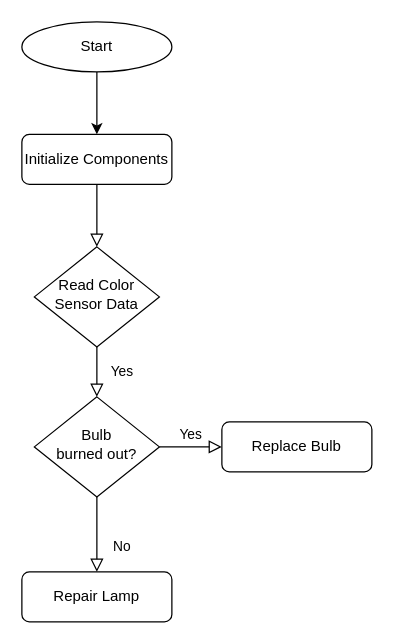
This is Untitled Diagram.drawio from oggyne259/hehe, a draw.io file, before an edit. Source tidied: cells renumbered, new cells numbered last; positions are measured from the earlier drawing's top-left corner, leaving out a move shared by most shapes. Both pictures are drawn from the tidied source at 125%, with x=0, y=0 at pixel (21, 21).
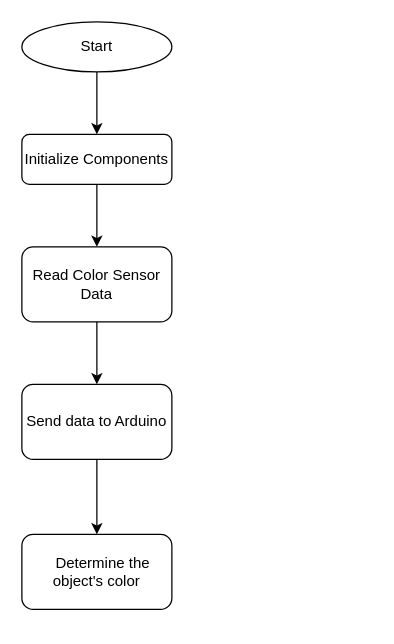
The same page after the edit.

Diff of the diagram source:
```diff
@@
 <mxGraphModel>
   <root>
     <mxCell id="0" />
     <mxCell id="1" parent="0" />
-    <mxCell id="2" style="rounded=0;html=1;jettySize=auto;fontSize=11;endArrow=block;endFill=0;endSize=8;strokeWidth=1;shadow=0;labelBackgroundColor=none;edgeStyle=orthogonalEdgeStyle;" parent="1" edge="1" source="3" target="5">
+    <mxCell id="2" style="edgeStyle=orthogonalEdgeStyle;rounded=0;jettySize=auto;html=1;" parent="1" edge="1" source="3" target="5">
       <mxGeometry relative="1" as="geometry" />
     </mxCell>
     <mxCell id="3" value="Initialize Components" style="rounded=1;whiteSpace=wrap;html=1;fontSize=12;glass=0;strokeWidth=1;shadow=0;" parent="1" vertex="1">
       <mxGeometry y="90" width="120" height="40" as="geometry" />
     </mxCell>
-    <mxCell id="4" value="Yes" style="rounded=0;html=1;jettySize=auto;fontSize=11;endArrow=block;endFill=0;endSize=8;strokeWidth=1;shadow=0;labelBackgroundColor=none;edgeStyle=orthogonalEdgeStyle;" parent="1" edge="1" source="5" target="8">
-      <mxGeometry y="20" relative="1" as="geometry" />
-    </mxCell>
-    <mxCell id="5" value="&lt;p data-pm-slice=&quot;1 1 [&amp;quot;ordered_list&amp;quot;,{&amp;quot;spread&amp;quot;:false,&amp;quot;startingNumber&amp;quot;:1,&amp;quot;start&amp;quot;:54,&amp;quot;end&amp;quot;:913},&amp;quot;regular_list_item&amp;quot;,{&amp;quot;start&amp;quot;:173,&amp;quot;end&amp;quot;:249}]&quot;&gt;Read Color Sensor Data&lt;/p&gt;" style="rhombus;whiteSpace=wrap;html=1;shadow=0;fontFamily=Helvetica;fontSize=12;align=center;strokeWidth=1;spacing=6;spacingTop=-4;" parent="1" vertex="1">
-      <mxGeometry x="10" y="180" width="100" height="80" as="geometry" />
-    </mxCell>
-    <mxCell id="6" value="No" style="rounded=0;html=1;jettySize=auto;fontSize=11;endArrow=block;endFill=0;endSize=8;strokeWidth=1;shadow=0;labelBackgroundColor=none;edgeStyle=orthogonalEdgeStyle;" parent="1" edge="1" source="8" target="9">
-      <mxGeometry x="0.33" y="20" relative="1" as="geometry" />
-    </mxCell>
-    <mxCell id="7" value="Yes" style="edgeStyle=orthogonalEdgeStyle;rounded=0;html=1;jettySize=auto;fontSize=11;endArrow=block;endFill=0;endSize=8;strokeWidth=1;shadow=0;labelBackgroundColor=none;" parent="1" edge="1" source="8" target="10">
-      <mxGeometry y="10" relative="1" as="geometry" />
-    </mxCell>
-    <mxCell id="8" value="Bulb&lt;br&gt;burned out?" style="rhombus;whiteSpace=wrap;html=1;shadow=0;fontFamily=Helvetica;fontSize=12;align=center;strokeWidth=1;spacing=6;spacingTop=-4;" parent="1" vertex="1">
-      <mxGeometry x="10" y="300" width="100" height="80" as="geometry" />
-    </mxCell>
-    <mxCell id="9" value="Repair Lamp" style="rounded=1;whiteSpace=wrap;html=1;fontSize=12;glass=0;strokeWidth=1;shadow=0;" parent="1" vertex="1">
-      <mxGeometry y="440" width="120" height="40" as="geometry" />
-    </mxCell>
-    <mxCell id="10" value="Replace Bulb" style="rounded=1;whiteSpace=wrap;html=1;fontSize=12;glass=0;strokeWidth=1;shadow=0;" parent="1" vertex="1">
-      <mxGeometry x="160" y="320" width="120" height="40" as="geometry" />
-    </mxCell>
     <mxCell id="11" style="edgeStyle=orthogonalEdgeStyle;rounded=0;jettySize=auto;html=1;" parent="1" edge="1" source="12" target="3">
       <mxGeometry relative="1" as="geometry" />
     </mxCell>
     <mxCell id="12" value="Start" style="ellipse;whiteSpace=wrap;html=1;" parent="1" vertex="1">
       <mxGeometry width="120" height="40" as="geometry" />
     </mxCell>
+    <mxCell id="13" style="edgeStyle=orthogonalEdgeStyle;rounded=0;jettySize=auto;html=1;" parent="1" edge="1" source="5" target="15">
+      <mxGeometry relative="1" as="geometry" />
+    </mxCell>
+    <mxCell id="5" value="Read Color Sensor Data" style="rounded=1;whiteSpace=wrap;html=1;" parent="1" vertex="1">
+      <mxGeometry y="180" width="120" height="60" as="geometry" />
+    </mxCell>
+    <mxCell id="14" style="edgeStyle=orthogonalEdgeStyle;rounded=0;jettySize=auto;html=1;" parent="1" edge="1" source="15" target="16">
+      <mxGeometry relative="1" as="geometry" />
+    </mxCell>
+    <mxCell id="15" value="Send data to Arduino" style="rounded=1;whiteSpace=wrap;html=1;" parent="1" vertex="1">
+      <mxGeometry y="290" width="120" height="60" as="geometry" />
+    </mxCell>
+    <mxCell id="16" value="&amp;nbsp; &amp;nbsp;Determine the object's color" style="rounded=1;whiteSpace=wrap;html=1;" parent="1" vertex="1">
+      <mxGeometry y="410" width="120" height="60" as="geometry" />
+    </mxCell>
   </root>
 </mxGraphModel>
```
